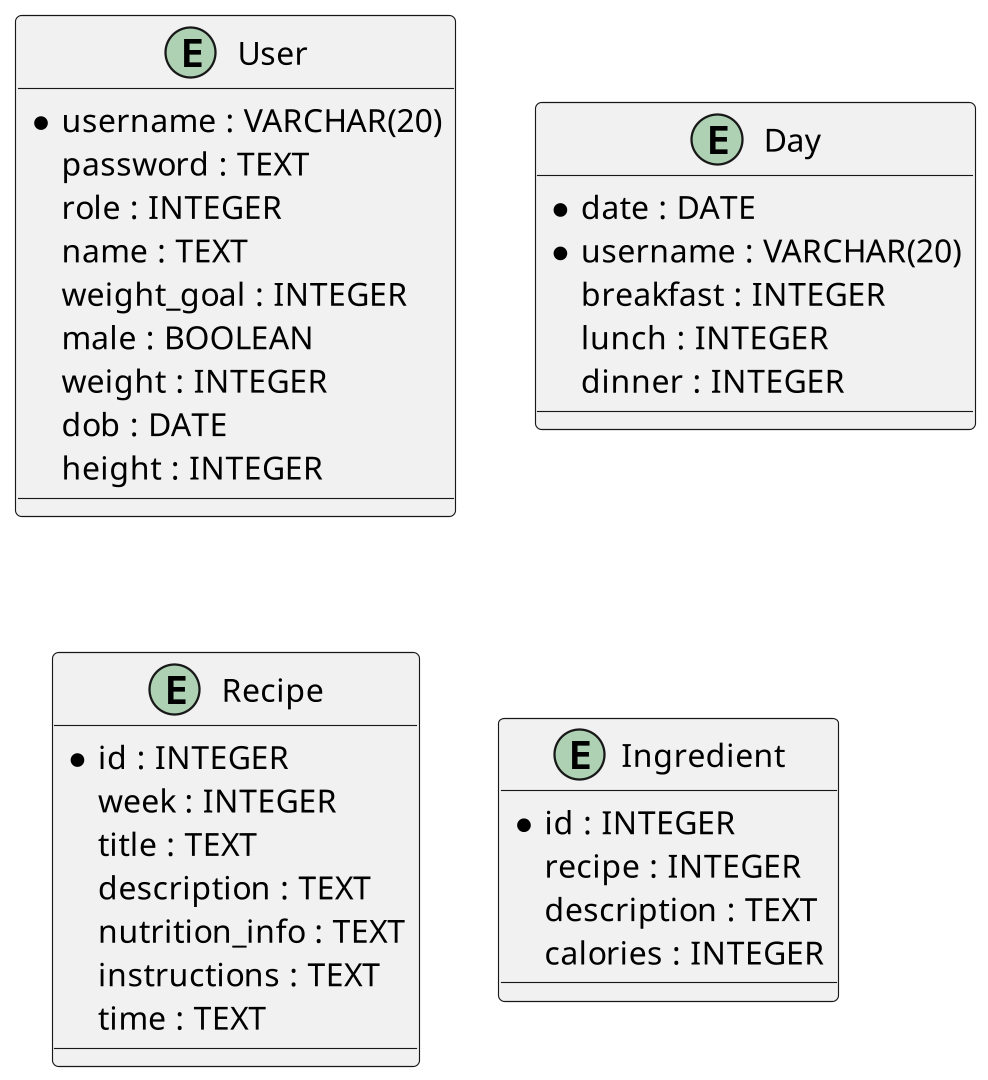
Above: diagram/entity-relationship.png in sofush/kostplan (PlantUML), before the change. Source of this version:
```plantuml
@startuml
scale 1920*1080
entity User {
	{field} *username : VARCHAR(20)
	password : TEXT
	role : INTEGER
	name : TEXT
	weight_goal : INTEGER
	male : BOOLEAN
	weight : INTEGER
	dob : DATE
	height : INTEGER
}
entity Day {
	*date : DATE
	*{field} username : VARCHAR(20)
	breakfast : INTEGER
	lunch : INTEGER
	dinner : INTEGER
}
entity Recipe {
	*id : INTEGER
	week : INTEGER
	title : TEXT
	description : TEXT
	nutrition_info : TEXT
	instructions : TEXT
	time : TEXT
}
entity Ingredient {
	*id : INTEGER
	recipe : INTEGER
	description : TEXT
	calories : INTEGER
}
@enduml
```
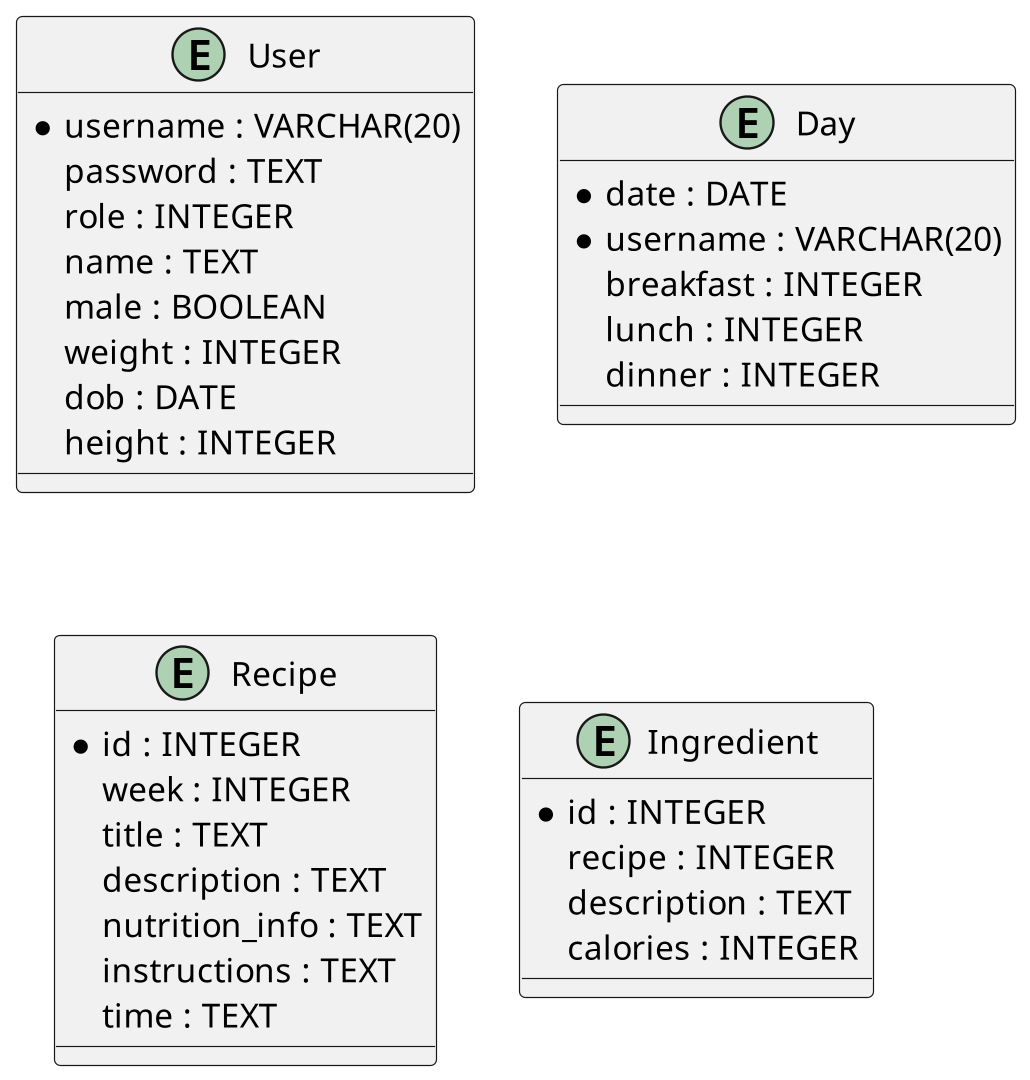
Above is the later version.

Commit message:
feat: remove weight goal for the User entity

What changed in the source:
```diff
@@ -5,7 +5,6 @@
 	password : TEXT
 	role : INTEGER
 	name : TEXT
-	weight_goal : INTEGER
 	male : BOOLEAN
 	weight : INTEGER
 	dob : DATE
```
